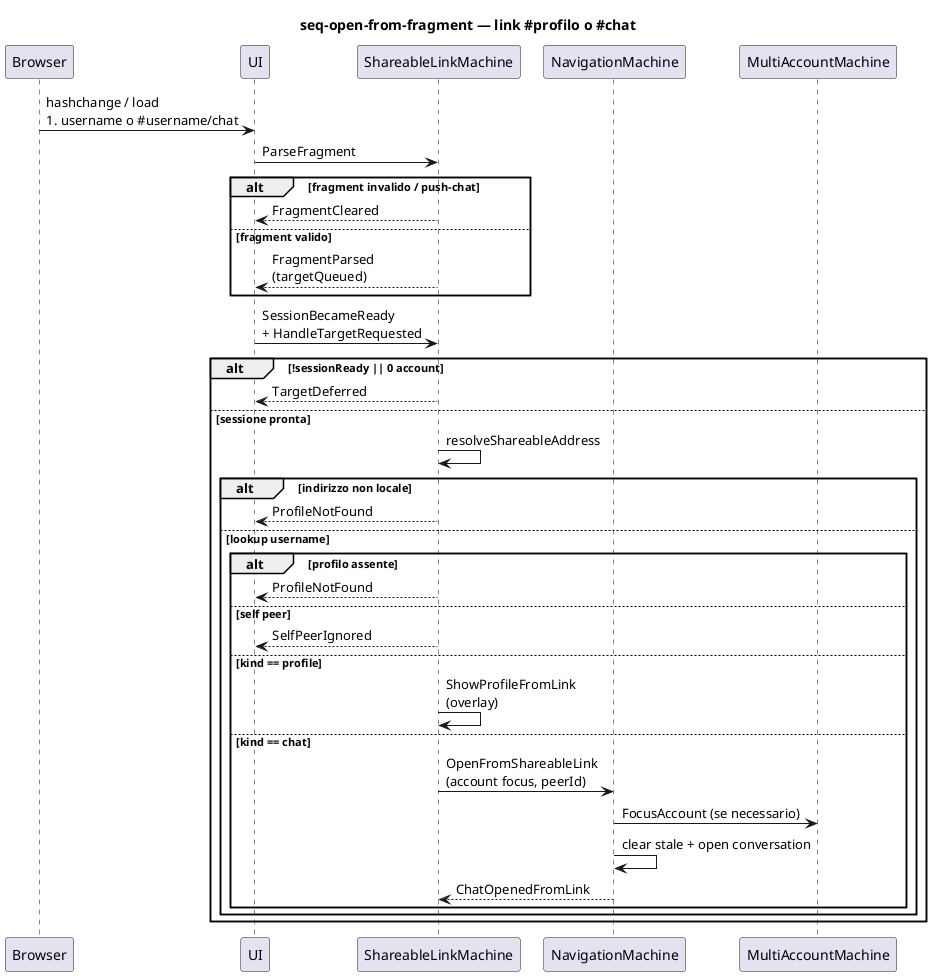
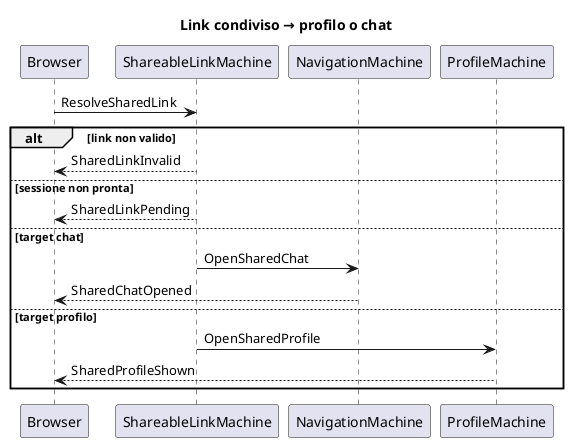
@startuml seq-open-from-fragment
' Context: shareable-link → navigation
' Profile: client
- ' SDD: PROM-SHAREABLE-LINK
' Revision: 2026-07-19

- title seq-open-from-fragment — link #profilo o #chat
+ title Link condiviso → profilo o chat

participant "Browser" as Br
- participant "UI" as UI
participant "ShareableLinkMachine" as SL
participant "NavigationMachine" as Nav
- participant "MultiAccountMachine" as MAM
+ participant "ProfileMachine" as PM

- Br -> UI : hashchange / load\n#username o #username/chat
- UI -> SL : ParseFragment
- alt fragment invalido / push-chat
-   SL --> UI : FragmentCleared
- else fragment valido
-   SL --> UI : FragmentParsed\n(targetQueued)
- end
+ Br -> SL : ResolveSharedLink

- UI -> SL : SessionBecameReady\n+ HandleTargetRequested
- alt !sessionReady || 0 account
-   SL --> UI : TargetDeferred
- else sessione pronta
-   SL -> SL : resolveShareableAddress
-   alt indirizzo non locale
-     SL --> UI : ProfileNotFound
-   else lookup username
-     alt profilo assente
-       SL --> UI : ProfileNotFound
-     else self peer
-       SL --> UI : SelfPeerIgnored
-     else kind == profile
-       SL -> SL : ShowProfileFromLink\n(overlay)
-     else kind == chat
-       SL -> Nav : OpenFromShareableLink\n(account focus, peerId)
-       Nav -> MAM : FocusAccount (se necessario)
-       Nav -> Nav : clear stale + open conversation
-       Nav --> SL : ChatOpenedFromLink
-     end
-   end
+ alt link non valido
+   SL --> Br : SharedLinkInvalid
+ else sessione non pronta
+   SL --> Br : SharedLinkPending
+ else target chat
+   SL -> Nav : OpenSharedChat
+   Nav --> Br : SharedChatOpened
+ else target profilo
+   SL -> PM : OpenSharedProfile
+   PM --> Br : SharedProfileShown
end

@enduml
